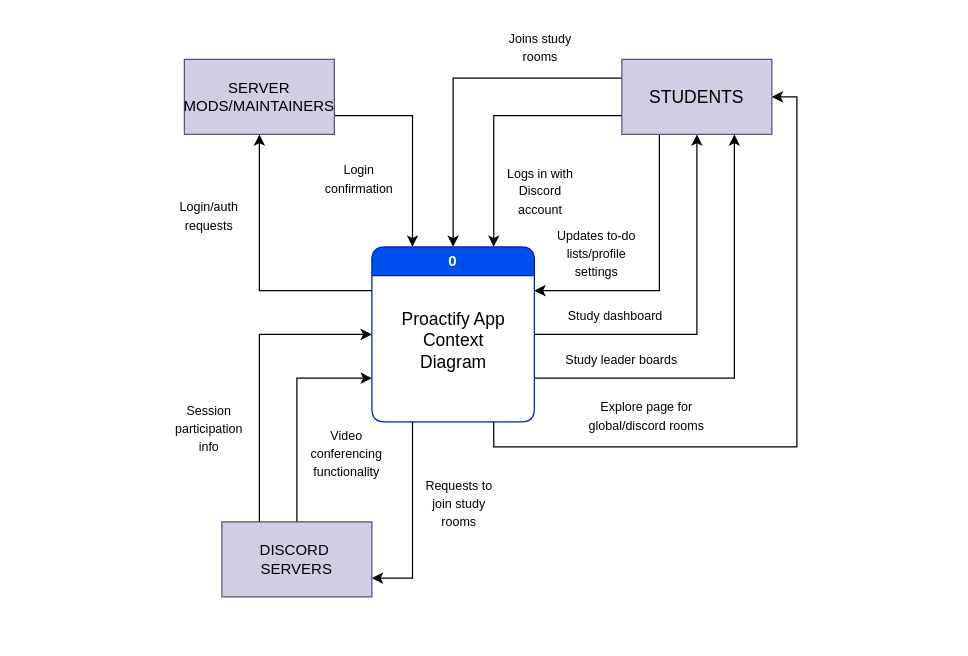
Before: Proactify Context Diagram.drawio in gordonn/proactify-study, a draw.io diagram. Source tidied: cells renumbered, new cells numbered last; positions are measured from the earlier drawing's top-left corner, leaving out a move shared by most shapes. Both pictures are drawn from the tidied source at 125%, with x=0, y=0 at pixel (171, 21).
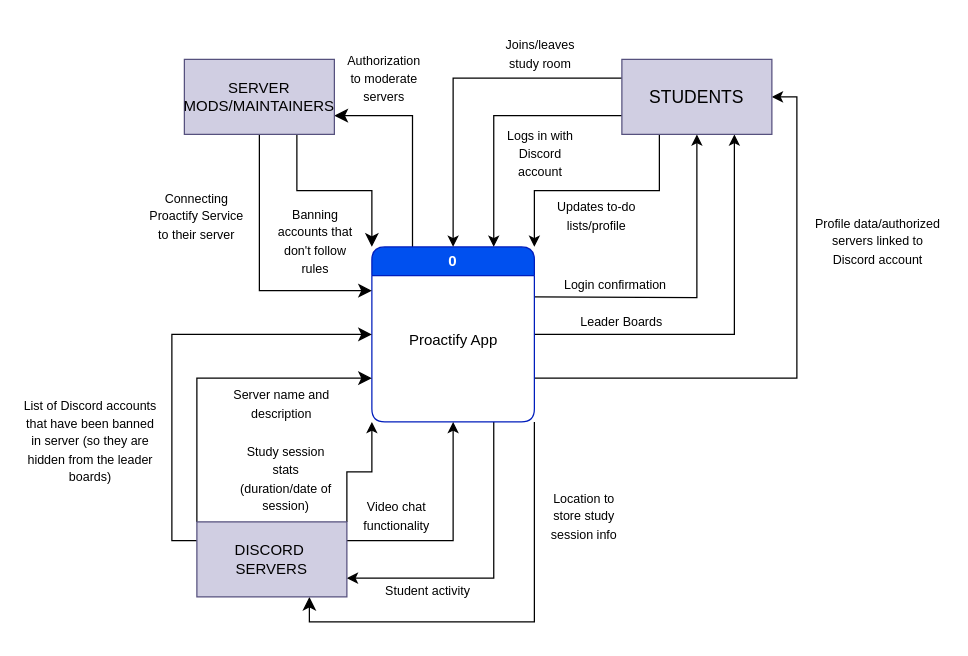
After the change.

Unchanged cells that the change refers to:
```xml
<mxCell id="7" value="&lt;div&gt;0&lt;/div&gt;" style="swimlane;whiteSpace=wrap;html=1;rounded=1;fillColor=#0050ef;strokeColor=#001DBC;fontColor=#ffffff;" parent="1" vertex="1">
  <mxGeometry x="160" y="180" width="130" height="140" as="geometry" />
</mxCell>
<mxCell id="12" value="&lt;font style=&quot;font-size: 14px;&quot;&gt;STUDENTS&lt;/font&gt;" style="rounded=0;whiteSpace=wrap;html=1;fillColor=#d0cee2;strokeColor=#56517e;" parent="1" vertex="1">
  <mxGeometry x="360" y="30" width="120" height="60" as="geometry" />
</mxCell>
<mxCell id="14" value="SERVER MODS/MAINTAINERS" style="rounded=0;whiteSpace=wrap;html=1;fillColor=#d0cee2;strokeColor=#56517e;" parent="1" vertex="1">
  <mxGeometry x="10" y="30" width="120" height="60" as="geometry" />
</mxCell>
```

What changed in the source:
```diff
@@
-    <mxCell id="2" style="edgeStyle=orthogonalEdgeStyle;rounded=0;jettySize=auto;html=1;exitX=1;exitY=0.5;exitDx=0;exitDy=0;entryX=0.5;entryY=1;entryDx=0;entryDy=0;" parent="1" edge="1" source="7" target="12">
-      <mxGeometry relative="1" as="geometry" />
+    <mxCell id="2" style="edgeStyle=orthogonalEdgeStyle;rounded=0;jettySize=auto;html=1;entryX=0.5;entryY=1;entryDx=0;entryDy=0;" parent="1" edge="1" target="12">
+      <mxGeometry relative="1" as="geometry">
+        <mxPoint x="290" y="220" as="sourcePoint" />
+      </mxGeometry>
     </mxCell>
-    <mxCell id="3" style="edgeStyle=orthogonalEdgeStyle;rounded=0;jettySize=auto;html=1;exitX=1;exitY=0.75;exitDx=0;exitDy=0;entryX=0.75;entryY=1;entryDx=0;entryDy=0;" parent="1" edge="1" source="7" target="12">
+    <mxCell id="3" style="edgeStyle=orthogonalEdgeStyle;rounded=0;jettySize=auto;html=1;exitX=1;exitY=0.5;exitDx=0;exitDy=0;entryX=0.75;entryY=1;entryDx=0;entryDy=0;" parent="1" edge="1" source="7" target="12">
       <mxGeometry relative="1" as="geometry" />
     </mxCell>
-    <mxCell id="4" style="edgeStyle=orthogonalEdgeStyle;rounded=0;jettySize=auto;html=1;exitX=0.75;exitY=1;exitDx=0;exitDy=0;entryX=1;entryY=0.5;entryDx=0;entryDy=0;" parent="1" edge="1" source="7" target="12">
+    <mxCell id="4" style="edgeStyle=orthogonalEdgeStyle;rounded=0;jettySize=auto;html=1;exitX=1;exitY=0.75;exitDx=0;exitDy=0;entryX=1;entryY=0.5;entryDx=0;entryDy=0;" parent="1" edge="1" source="7" target="12">
       <mxGeometry relative="1" as="geometry" />
     </mxCell>
+    <mxCell id="6" style="edgeStyle=orthogonalEdgeStyle;rounded=0;jettySize=auto;html=1;exitX=0.75;exitY=1;exitDx=0;exitDy=0;entryX=1;entryY=0.75;entryDx=0;entryDy=0;" parent="1" edge="1" source="7" target="17">
+      <mxGeometry relative="1" as="geometry" />
+    </mxCell>
+    <mxCell id="29" style="edgeStyle=orthogonalEdgeStyle;rounded=0;jettySize=auto;html=1;entryX=0.75;entryY=1;entryDx=0;entryDy=0;fontSize=12;startSize=8;endSize=8;exitX=1;exitY=1;exitDx=0;exitDy=0;" parent="1" edge="1" source="7" target="17">
+      <mxGeometry relative="1" as="geometry" />
+    </mxCell>
-    <mxCell id="5" style="edgeStyle=orthogonalEdgeStyle;rounded=0;jettySize=auto;html=1;exitX=0;exitY=0.25;exitDx=0;exitDy=0;entryX=0.5;entryY=1;entryDx=0;entryDy=0;" parent="1" edge="1" source="7" target="14">
+    <mxCell id="5" style="edgeStyle=orthogonalEdgeStyle;rounded=0;jettySize=auto;html=1;exitX=0.25;exitY=0;exitDx=0;exitDy=0;entryX=1;entryY=0.75;entryDx=0;entryDy=0;fontSize=12;startSize=8;endSize=8;" parent="1" edge="1" source="7" target="14">
       <mxGeometry relative="1" as="geometry" />
     </mxCell>
-    <mxCell id="6" style="edgeStyle=orthogonalEdgeStyle;rounded=0;jettySize=auto;html=1;exitX=0.25;exitY=1;exitDx=0;exitDy=0;entryX=1;entryY=0.75;entryDx=0;entryDy=0;" parent="1" edge="1" source="7" target="17">
-      <mxGeometry relative="1" as="geometry" />
-    </mxCell>
@@
-    <mxCell id="8" value="&lt;font style=&quot;font-size: 14px;&quot;&gt;Proactify App Context Diagram&lt;/font&gt;" style="text;html=1;whiteSpace=wrap;strokeColor=none;fillColor=none;align=center;verticalAlign=middle;rounded=0;" parent="7" vertex="1">
+    <mxCell id="8" value="Proactify App" style="text;html=1;whiteSpace=wrap;strokeColor=none;fillColor=none;align=center;verticalAlign=middle;rounded=0;" parent="7" vertex="1">
       <mxGeometry x="22.5" y="60" width="85" height="30" as="geometry" />
     </mxCell>
@@
-    <mxCell id="11" style="edgeStyle=orthogonalEdgeStyle;rounded=0;jettySize=auto;html=1;entryX=1;entryY=0.25;entryDx=0;entryDy=0;exitX=0.25;exitY=1;exitDx=0;exitDy=0;" parent="1" edge="1" source="12" target="7">
+    <mxCell id="11" style="edgeStyle=orthogonalEdgeStyle;rounded=0;jettySize=auto;html=1;entryX=1;entryY=0;entryDx=0;entryDy=0;exitX=0.25;exitY=1;exitDx=0;exitDy=0;" parent="1" edge="1" source="12" target="7">
       <mxGeometry relative="1" as="geometry" />
     </mxCell>
@@
-    <mxCell id="13" style="edgeStyle=orthogonalEdgeStyle;rounded=0;jettySize=auto;html=1;entryX=0.25;entryY=0;entryDx=0;entryDy=0;exitX=1;exitY=0.75;exitDx=0;exitDy=0;" parent="1" edge="1" source="14" target="7">
-      <mxGeometry relative="1" as="geometry" />
-    </mxCell>
+    <mxCell id="30" style="edgeStyle=orthogonalEdgeStyle;rounded=0;jettySize=auto;html=1;exitX=0.75;exitY=1;exitDx=0;exitDy=0;entryX=0;entryY=0;entryDx=0;entryDy=0;fontSize=12;startSize=8;endSize=8;" parent="1" edge="1" source="14" target="7">
+      <mxGeometry relative="1" as="geometry" />
+    </mxCell>
+    <mxCell id="31" style="edgeStyle=orthogonalEdgeStyle;rounded=0;jettySize=auto;html=1;entryX=0;entryY=0.25;entryDx=0;entryDy=0;fontSize=12;startSize=8;endSize=8;exitX=0.5;exitY=1;exitDx=0;exitDy=0;" parent="1" edge="1" source="14" target="7">
+      <mxGeometry relative="1" as="geometry" />
+    </mxCell>
@@
-    <mxCell id="15" style="edgeStyle=orthogonalEdgeStyle;rounded=0;jettySize=auto;html=1;exitX=0.5;exitY=0;exitDx=0;exitDy=0;entryX=0;entryY=0.75;entryDx=0;entryDy=0;" parent="1" edge="1" source="17" target="7">
+    <mxCell id="15" style="edgeStyle=orthogonalEdgeStyle;rounded=0;jettySize=auto;html=1;exitX=1;exitY=0.25;exitDx=0;exitDy=0;entryX=0.5;entryY=1;entryDx=0;entryDy=0;" parent="1" edge="1" source="17" target="7">
       <mxGeometry relative="1" as="geometry" />
     </mxCell>
-    <mxCell id="16" style="edgeStyle=orthogonalEdgeStyle;rounded=0;jettySize=auto;html=1;exitX=0.25;exitY=0;exitDx=0;exitDy=0;entryX=0;entryY=0.5;entryDx=0;entryDy=0;" parent="1" edge="1" source="17" target="7">
+    <mxCell id="16" style="edgeStyle=orthogonalEdgeStyle;rounded=0;jettySize=auto;html=1;exitX=1;exitY=0;exitDx=0;exitDy=0;entryX=0;entryY=1;entryDx=0;entryDy=0;" parent="1" edge="1" source="17" target="7">
       <mxGeometry relative="1" as="geometry" />
     </mxCell>
+    <mxCell id="32" style="edgeStyle=orthogonalEdgeStyle;rounded=0;jettySize=auto;html=1;exitX=0;exitY=0;exitDx=0;exitDy=0;entryX=0;entryY=0.75;entryDx=0;entryDy=0;fontSize=12;startSize=8;endSize=8;" parent="1" edge="1" source="17" target="7">
+      <mxGeometry relative="1" as="geometry" />
+    </mxCell>
+    <mxCell id="33" style="edgeStyle=orthogonalEdgeStyle;rounded=0;jettySize=auto;html=1;exitX=0;exitY=0.25;exitDx=0;exitDy=0;entryX=0;entryY=0.5;entryDx=0;entryDy=0;fontSize=12;startSize=8;endSize=8;" parent="1" edge="1" source="17" target="7">
+      <mxGeometry relative="1" as="geometry" />
+    </mxCell>
     <mxCell id="17" value="&lt;div&gt;DISCORD&amp;nbsp;&lt;/div&gt;&lt;div&gt;SERVERS&lt;/div&gt;" style="rounded=0;whiteSpace=wrap;html=1;fillColor=#d0cee2;strokeColor=#56517e;" parent="1" vertex="1">
-      <mxGeometry x="40" y="400" width="120" height="60" as="geometry" />
+      <mxGeometry x="20" y="400" width="120" height="60" as="geometry" />
     </mxCell>
-    <mxCell id="18" value="&lt;font style=&quot;font-size: 10px;&quot;&gt;Updates to-do lists/profile settings&lt;/font&gt;" style="text;html=1;whiteSpace=wrap;strokeColor=none;fillColor=none;align=center;verticalAlign=middle;rounded=0;" parent="1" vertex="1">
-      <mxGeometry x="300" y="160" width="80" height="50" as="geometry" />
+    <mxCell id="18" value="&lt;font style=&quot;font-size: 10px;&quot;&gt;Updates to-do lists/profile&lt;/font&gt;" style="text;html=1;whiteSpace=wrap;strokeColor=none;fillColor=none;align=center;verticalAlign=middle;rounded=0;" parent="1" vertex="1">
+      <mxGeometry x="300" y="140" width="80" height="30" as="geometry" />
     </mxCell>
-    <mxCell id="19" value="&lt;font style=&quot;font-size: 10px;&quot;&gt;Joins study rooms&lt;/font&gt;" style="text;html=1;whiteSpace=wrap;strokeColor=none;fillColor=none;align=center;verticalAlign=middle;rounded=0;" parent="1" vertex="1">
-      <mxGeometry x="260" width="70" height="40" as="geometry" />
+    <mxCell id="19" value="&lt;font style=&quot;font-size: 10px;&quot;&gt;Joins/leaves study room&lt;/font&gt;" style="text;html=1;whiteSpace=wrap;strokeColor=none;fillColor=none;align=center;verticalAlign=middle;rounded=0;" parent="1" vertex="1">
+      <mxGeometry x="260" y="10" width="70" height="30" as="geometry" />
     </mxCell>
     <mxCell id="20" value="&lt;font style=&quot;font-size: 10px;&quot;&gt;Logs in with Discord account&lt;/font&gt;" style="text;html=1;whiteSpace=wrap;strokeColor=none;fillColor=none;align=center;verticalAlign=middle;rounded=0;" parent="1" vertex="1">
-      <mxGeometry x="265" y="110" width="60" height="50" as="geometry" />
+      <mxGeometry x="265" y="80" width="60" height="50" as="geometry" />
     </mxCell>
-    <mxCell id="21" value="&lt;font style=&quot;font-size: 10px;&quot;&gt;Study dashboard&lt;/font&gt;" style="text;html=1;whiteSpace=wrap;strokeColor=none;fillColor=none;align=center;verticalAlign=middle;rounded=0;" parent="1" vertex="1">
-      <mxGeometry x="310" y="220" width="90" height="30" as="geometry" />
+    <mxCell id="21" value="&lt;font style=&quot;font-size: 10px;&quot;&gt;Login confirmation&lt;/font&gt;" style="text;html=1;whiteSpace=wrap;strokeColor=none;fillColor=none;align=center;verticalAlign=middle;rounded=0;" parent="1" vertex="1">
+      <mxGeometry x="310" y="200" width="90" height="20" as="geometry" />
     </mxCell>
-    <mxCell id="22" value="&lt;font style=&quot;font-size: 10px;&quot;&gt;Study leader boards&lt;/font&gt;" style="text;html=1;whiteSpace=wrap;strokeColor=none;fillColor=none;align=center;verticalAlign=middle;rounded=0;" parent="1" vertex="1">
-      <mxGeometry x="310" y="260" width="100" height="20" as="geometry" />
+    <mxCell id="22" value="&lt;font style=&quot;font-size: 10px;&quot;&gt;Leader Boards&lt;/font&gt;" style="text;html=1;whiteSpace=wrap;strokeColor=none;fillColor=none;align=center;verticalAlign=middle;rounded=0;" parent="1" vertex="1">
+      <mxGeometry x="310" y="230" width="100" height="20" as="geometry" />
     </mxCell>
-    <mxCell id="23" value="&lt;font style=&quot;font-size: 10px;&quot;&gt;Explore page for global/discord rooms&lt;/font&gt;" style="text;html=1;whiteSpace=wrap;strokeColor=none;fillColor=none;align=center;verticalAlign=middle;rounded=0;" parent="1" vertex="1">
-      <mxGeometry x="330" y="300" width="100" height="30" as="geometry" />
+    <mxCell id="23" value="&lt;font style=&quot;font-size: 10px;&quot;&gt;Profile data/authorized servers linked to Discord account&lt;/font&gt;" style="text;html=1;whiteSpace=wrap;strokeColor=none;fillColor=none;align=center;verticalAlign=middle;rounded=0;" parent="1" vertex="1">
+      <mxGeometry x="510" y="160" width="110" height="30" as="geometry" />
     </mxCell>
-    <mxCell id="24" value="&lt;font style=&quot;font-size: 10px;&quot;&gt;Login/auth requests&lt;/font&gt;" style="text;html=1;whiteSpace=wrap;strokeColor=none;fillColor=none;align=center;verticalAlign=middle;rounded=0;" parent="1" vertex="1">
-      <mxGeometry y="130" width="60" height="50" as="geometry" />
-    </mxCell>
-    <mxCell id="25" value="&lt;font style=&quot;font-size: 10px;&quot;&gt;Login confirmation&lt;/font&gt;" style="text;html=1;whiteSpace=wrap;strokeColor=none;fillColor=none;align=center;verticalAlign=middle;rounded=0;" parent="1" vertex="1">
-      <mxGeometry x="120" y="100" width="60" height="50" as="geometry" />
-    </mxCell>
-    <mxCell id="26" value="&lt;font style=&quot;font-size: 10px;&quot;&gt;Requests to join study rooms&lt;/font&gt;" style="text;html=1;whiteSpace=wrap;strokeColor=none;fillColor=none;align=center;verticalAlign=middle;rounded=0;" parent="1" vertex="1">
-      <mxGeometry x="200" y="360" width="60" height="50" as="geometry" />
+    <mxCell id="26" value="&lt;font style=&quot;font-size: 10px;&quot;&gt;Location to store study session info&lt;/font&gt;" style="text;html=1;whiteSpace=wrap;strokeColor=none;fillColor=none;align=center;verticalAlign=middle;rounded=0;" parent="1" vertex="1">
+      <mxGeometry x="300" y="370" width="60" height="50" as="geometry" />
     </mxCell>
-    <mxCell id="27" value="&lt;font style=&quot;font-size: 10px;&quot;&gt;Video conferencing functionality&lt;/font&gt;" style="text;html=1;whiteSpace=wrap;strokeColor=none;fillColor=none;align=center;verticalAlign=middle;rounded=0;" parent="1" vertex="1">
-      <mxGeometry x="110" y="320" width="60" height="50" as="geometry" />
-    </mxCell>
-    <mxCell id="28" value="&lt;font style=&quot;font-size: 10px;&quot;&gt;Session participation info&lt;/font&gt;" style="text;html=1;whiteSpace=wrap;strokeColor=none;fillColor=none;align=center;verticalAlign=middle;rounded=0;" parent="1" vertex="1">
-      <mxGeometry y="300" width="60" height="50" as="geometry" />
+    <mxCell id="28" value="&lt;font style=&quot;font-size: 10px;&quot;&gt;Video chat functionality&lt;/font&gt;" style="text;html=1;whiteSpace=wrap;strokeColor=none;fillColor=none;align=center;verticalAlign=middle;rounded=0;" parent="1" vertex="1">
+      <mxGeometry x="150" y="380" width="60" height="30" as="geometry" />
     </mxCell>
+    <mxCell id="34" value="&lt;font style=&quot;font-size: 10px;&quot;&gt;Student activity&lt;/font&gt;" style="text;html=1;whiteSpace=wrap;strokeColor=none;fillColor=none;align=center;verticalAlign=middle;rounded=0;" parent="1" vertex="1">
+      <mxGeometry x="170" y="440" width="70" height="30" as="geometry" />
+    </mxCell>
+    <mxCell id="35" value="&lt;font style=&quot;font-size: 10px;&quot;&gt;Study session stats (duration/date of session)&lt;/font&gt;" style="text;html=1;whiteSpace=wrap;strokeColor=none;fillColor=none;align=center;verticalAlign=middle;rounded=0;" parent="1" vertex="1">
+      <mxGeometry x="50" y="350" width="82.5" height="30" as="geometry" />
+    </mxCell>
+    <mxCell id="36" value="&lt;font style=&quot;font-size: 10px;&quot;&gt;Server name and description&lt;/font&gt;" style="text;html=1;whiteSpace=wrap;strokeColor=none;fillColor=none;align=center;verticalAlign=middle;rounded=0;" parent="1" vertex="1">
+      <mxGeometry x="42.5" y="290" width="90" height="30" as="geometry" />
+    </mxCell>
+    <mxCell id="37" value="&lt;font style=&quot;font-size: 10px;&quot;&gt;List of Discord accounts that have been banned in server (so they are hidden from the leader boards)&lt;/font&gt;" style="text;html=1;whiteSpace=wrap;strokeColor=none;fillColor=none;align=center;verticalAlign=middle;rounded=0;" parent="1" vertex="1">
+      <mxGeometry x="-120" y="290" width="110" height="90" as="geometry" />
+    </mxCell>
+    <mxCell id="38" value="&lt;font style=&quot;font-size: 10px;&quot;&gt;Authorization to moderate servers&lt;/font&gt;" style="text;html=1;whiteSpace=wrap;strokeColor=none;fillColor=none;align=center;verticalAlign=middle;rounded=0;" parent="1" vertex="1">
+      <mxGeometry x="140" y="20" width="60" height="50" as="geometry" />
+    </mxCell>
+    <mxCell id="39" value="&lt;font style=&quot;font-size: 10px;&quot;&gt;Banning accounts that don't follow rules&lt;/font&gt;" style="text;html=1;whiteSpace=wrap;strokeColor=none;fillColor=none;align=center;verticalAlign=middle;rounded=0;" parent="1" vertex="1">
+      <mxGeometry x="80" y="150" width="70" height="50" as="geometry" />
+    </mxCell>
+    <mxCell id="40" value="&lt;font style=&quot;font-size: 10px;&quot;&gt;Connecting Proactify Service to their server&lt;/font&gt;" style="text;html=1;whiteSpace=wrap;strokeColor=none;fillColor=none;align=center;verticalAlign=middle;rounded=0;" parent="1" vertex="1">
+      <mxGeometry x="-20" y="130" width="80" height="50" as="geometry" />
+    </mxCell>
```
